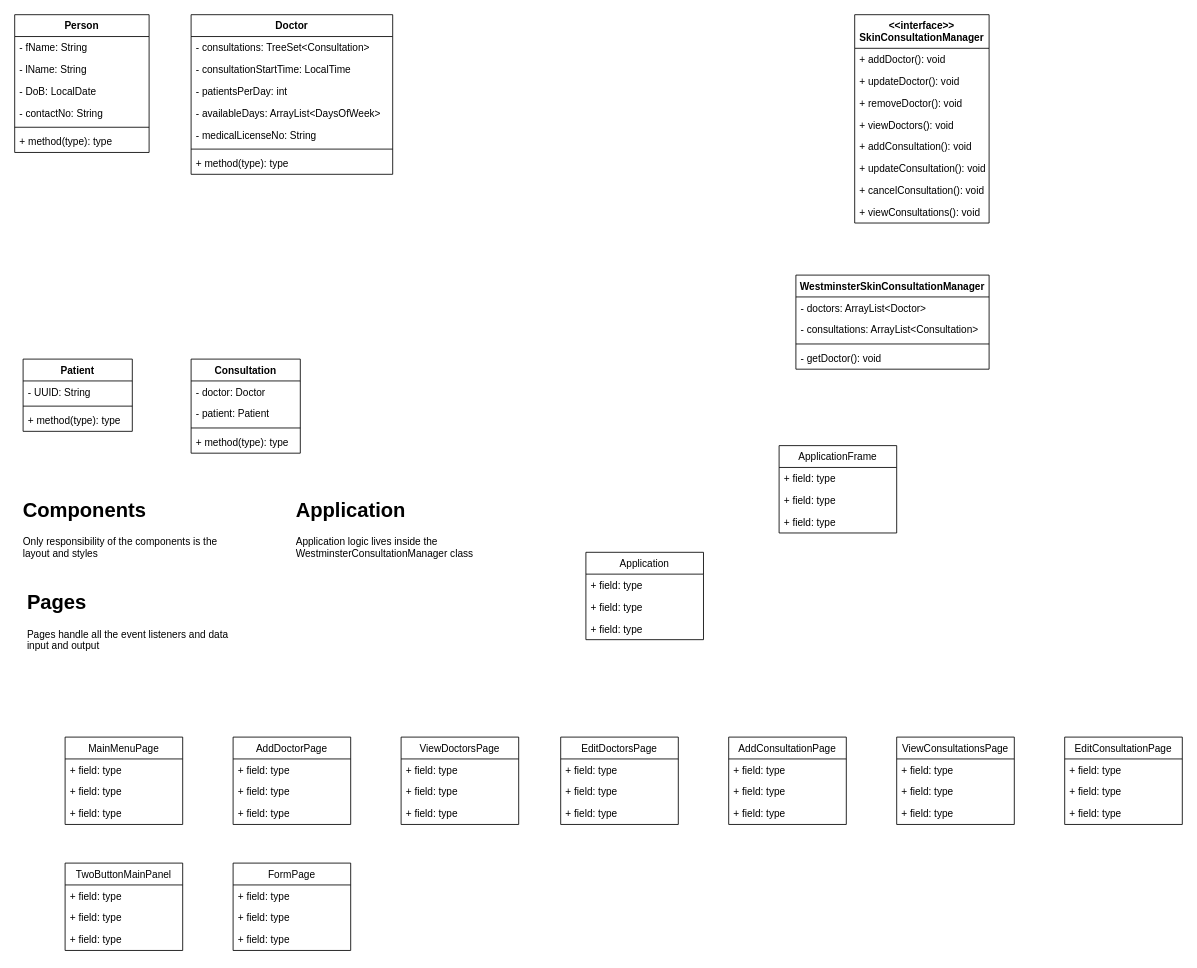
Above: page "class diagram -v2" (3 of 3) of design/Untitled Diagram.drawio in dovh-me/oop-consultationManager (draw.io), before the change. Source tidied: cells renumbered, new cells numbered last; positions are measured from the earlier drawing's top-left corner, leaving out a move shared by most shapes. Both pictures are drawn from the tidied source at 84%, with x=0, y=0 at pixel (14, 14).
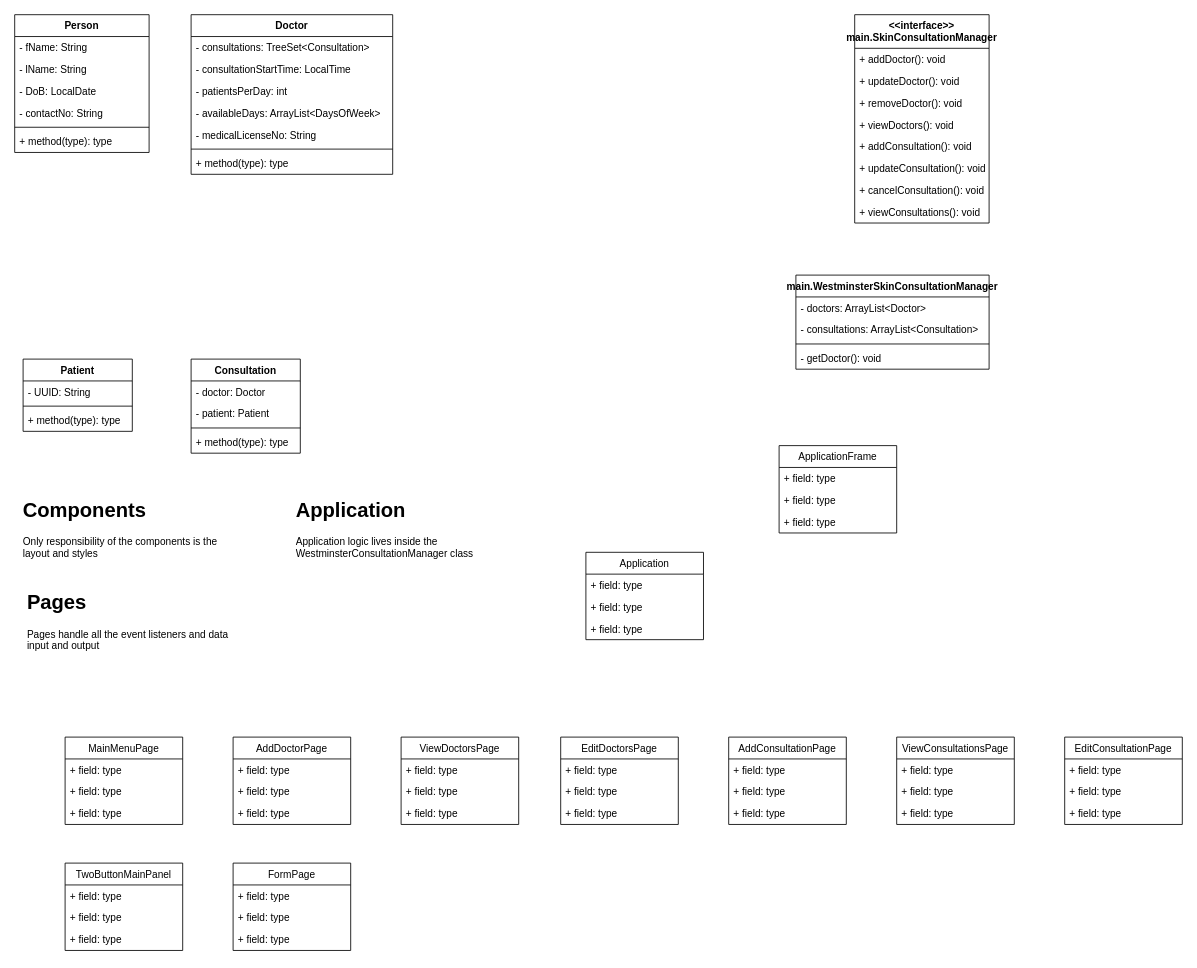
After the change.

What changed in the source:
```diff
@@
-    <mxCell id="26" value="WestminsterSkinConsultationManager" style="swimlane;fontStyle=1;align=center;verticalAlign=top;horizontal=1;startSize=26;" parent="1" vertex="1">
+    <mxCell id="26" value="main.WestminsterSkinConsultationManager" style="swimlane;fontStyle=1;align=center;verticalAlign=top;horizontal=1;startSize=26;" parent="1" vertex="1">
       <mxGeometry x="930" y="310" width="230" height="112" as="geometry" />
     </mxCell>
@@
-    <mxCell id="31" value="&lt;&lt;interface&gt;&gt;&#10;SkinConsultationManager" style="swimlane;fontStyle=1;align=center;verticalAlign=top;horizontal=1;startSize=40;" parent="1" vertex="1">
+    <mxCell id="31" value="&lt;&lt;interface&gt;&gt;&#10;main.SkinConsultationManager" style="swimlane;fontStyle=1;align=center;verticalAlign=top;horizontal=1;startSize=40;" parent="1" vertex="1">
       <mxGeometry x="1000" width="160" height="248" as="geometry" />
     </mxCell>
```
